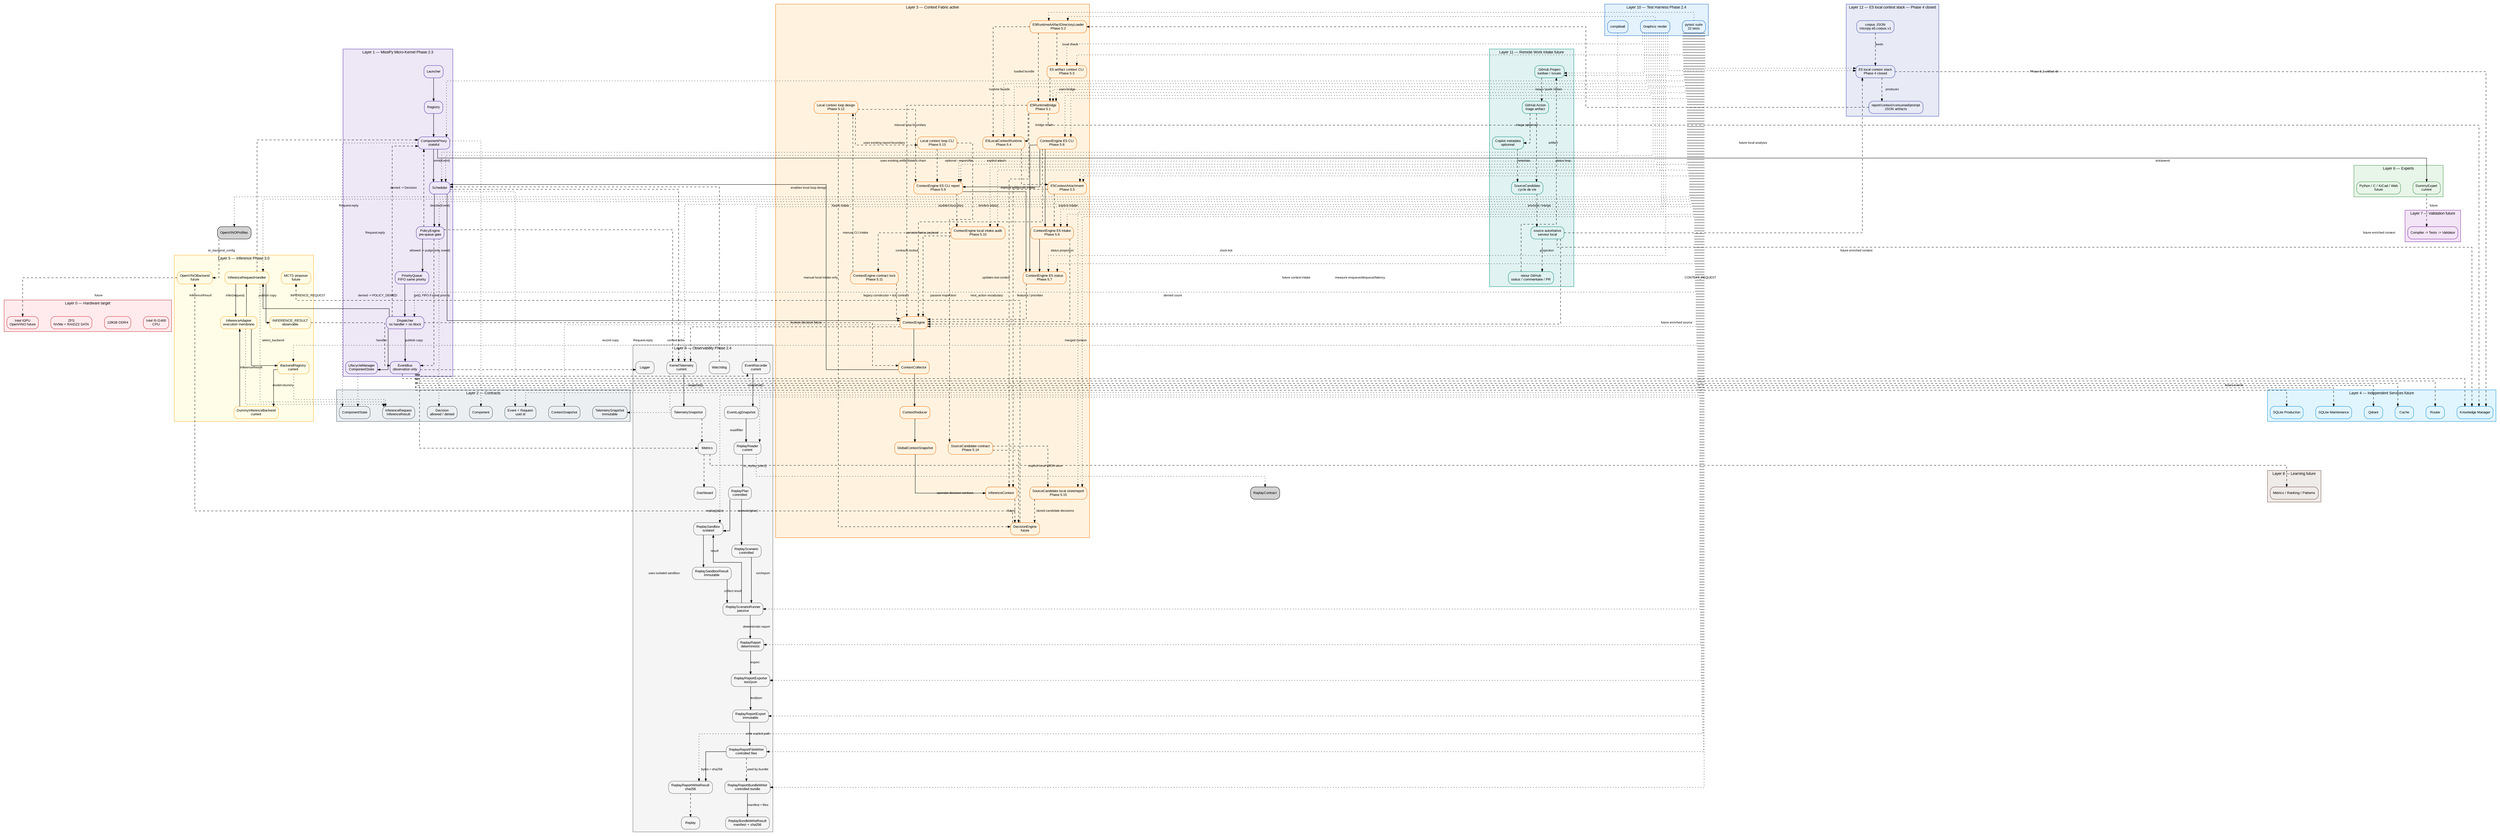
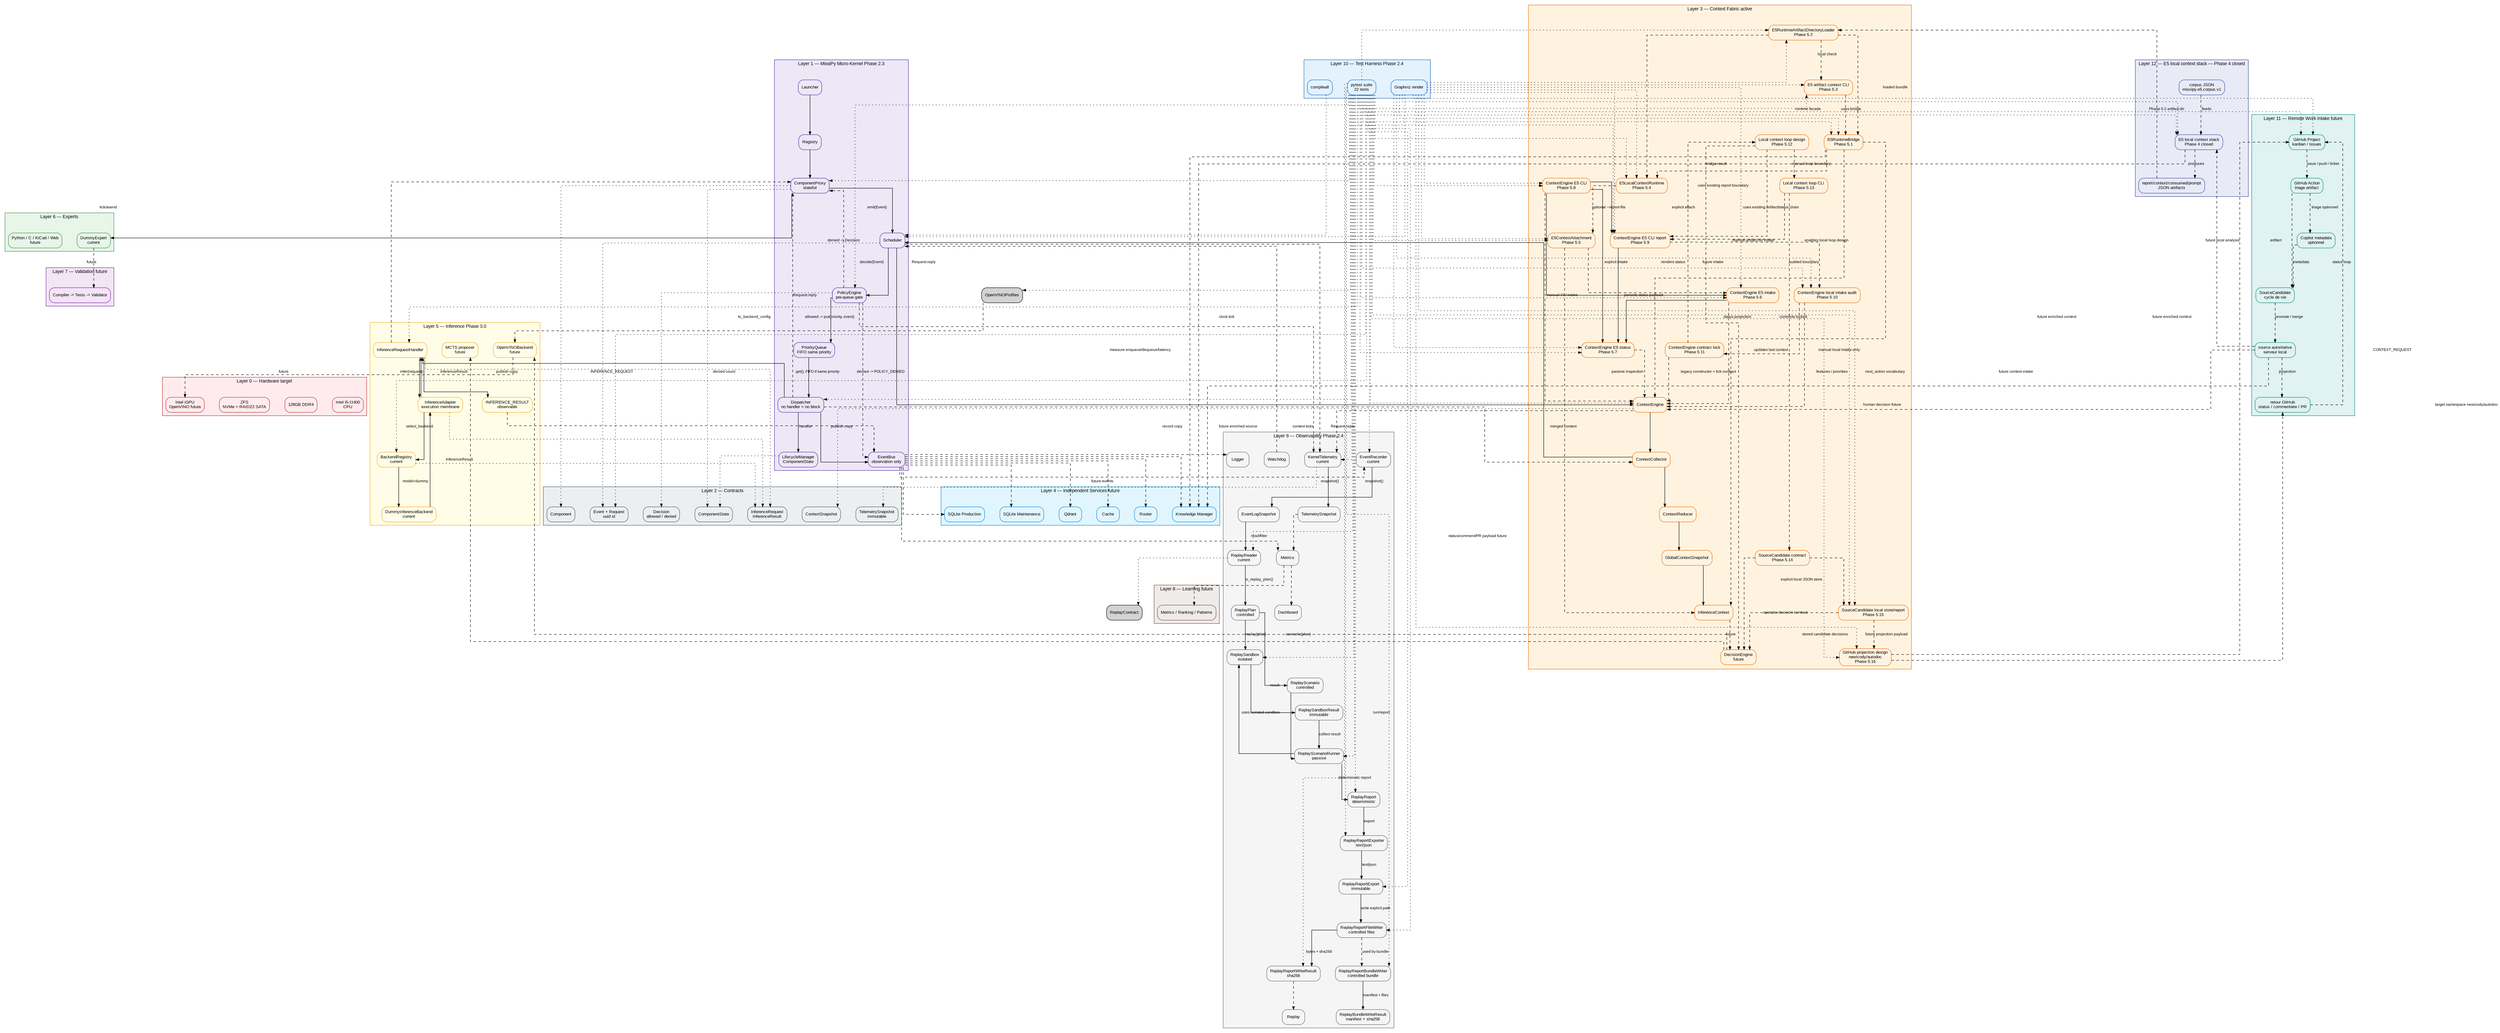
digraph Global {
    // ROADMAP_ID: global

    rankdir=TB;

    // ROADMAP_NOTE[phase2_5]:
    // BackendRegistry est ajouté au layer inference pour préparer
    // l’enregistrement explicite d’OpenVINO sans modifier le Scheduler.

    // ROADMAP_NOTE[phase3_0]:
    // OpenVINOModelProfileRegistry est ajouté pour décrire un ou plusieurs
    // modèles OpenVINO possibles avant de créer les backends exécutables.
    compound=true;
    splines=ortho;
    nodesep=0.5;
    ranksep=0.8;

    graph [fontname="Arial", fontsize=11];
    node [shape=box, style="rounded,filled", fontname="Arial", fontsize=10];
    edge [fontname="Arial", fontsize=9, arrowsize=0.7];

    // ROADMAP_NOTE[phase2_4]:
// ReplayReportBundleWriter ajoute un dossier de replay contrôlé :
// report.txt, report.json et manifest.json avec sha256. La roadmap DOT
// est aussi vérifiée par tests/docs/test_dot_links.py afin que les liens
// descente/remontée pointent vers des sources DOT existantes.
    // Le Layer 9 ajoute ReplayReportFileWriter après ReplayReportExport.
    // Cette étape persiste les exports texte/JSON vers chemins explicites.
    // Aucun répertoire n'est créé ni aucun fichier écrasé sans demande explicite.
    // Le writer reste passif et ne commande jamais le Scheduler vivant.


    // ROADMAP_NOTE[phase4_18_r2]:
    // GitHub Project Orchestrator est visible dans l'architecture globale.
    // Cette couche reste future et documentaire : pas d'API GitHub, pas de token,
    // pas de polling réseau et pas de dépendance Copilot dans le coeur.

    // ROADMAP_NOTE[phase4_19]:
    // La Phase 4 se clôt par un audit du moteur local E5 : corpus, recherche,
    // diagnostics, gates, rapports, contexte, consommation et prompt packet.
    // Le stack E5 reste hors Scheduler, hors Qdrant et hors backend de réponse.

    // ROADMAP_NOTE[phase4_20]:
    // Phase 4 clôturée : le moteur local E5 produit des artefacts déterministes
    // de recherche, contexte consommé et prompt packet. La Phase 5 peut brancher
    // ce socle au serveur local ou au Context Engine sans changer ces frontières.

    // ROADMAP_NOTE[phase5_2]:
    // E5RuntimeArtifactDirectoryLoader ajoute la bordure IO locale pour lire un
    // artifact-dir Phase 4 et réutiliser le pont pur E5RuntimeBridge. Aucun daemon,
    // réseau, Scheduler vivant, Qdrant ou LLM n'est introduit.


    // ROADMAP_NOTE[phase5_4]:
    // E5LocalContextRuntime ajoute une façade runtime locale stable au-dessus
    // du loader 5.2 et du bridge 5.1. Elle retourne un statut typé et un
    // InferenceContext sans CLI, daemon, réseau, Scheduler vivant, Qdrant ou LLM.

    // ROADMAP_NOTE[phase5_5]:
    // E5ContextAttachment fusionne explicitement un résultat runtime E5 local
    // avec un InferenceContext existant. Cette étape prépare l'intake futur du
    // ContextEngine sans lancer Scheduler, daemon, réseau, Qdrant ou LLM.

    // ROADMAP_NOTE[phase5_6]:
    // ContextEngine reçoit une entrée E5 explicite : artifact-dir ou runtime result
    // -> attachement -> last_inference_context. Aucun autoload, aucun Scheduler
    // vivant, aucun daemon, réseau, Qdrant ou LLM n'est introduit.

    // ROADMAP_NOTE[phase5_7]:
    // E5ContextEngineStatus ajoute une projection passive et sérialisable
    // de l'état E5 attaché au ContextEngine. Elle ne lit aucun fichier,
    // ne mute aucun contexte et ne déclenche aucun Scheduler/backend.

    // ROADMAP_NOTE[phase5_8]:
    // E5ContextEngineCLI ajoute une bordure manuelle : artifact-dir ->
    // ContextEngine.attach_e5_artifact_dir() -> E5ContextEngineStatus. Elle
    // ne lance aucun Scheduler vivant, daemon, réseau, Qdrant ou LLM.


    // ROADMAP_NOTE[phase5_10]:
    // Phase 5.10 audite le bloc d'intake manuel local : artifact-dir Phase 4,
    // ContextEngine E5 CLI, report JSON et projection status. Elle ne modifie
    // pas le runtime et prépare seulement la bascule future vers serveur/local loop.

    // ROADMAP_NOTE[phase5_9]:
    // E5ContextEngineCLIReport ajoute --report-file à la bordure CLI 5.8.
    // La commande existante peut persister son payload intake + status en JSON
    // atomique sans nouvelle surface CLI, Scheduler vivant, réseau, Qdrant ou LLM.




+ 
+ 
+     // ROADMAP_NOTE[phase5_16]:
+     // GitHubProjectionDesign formalise la projection future entre le store
+     // local SourceCandidate et newicody/autodoc. Cette étape reste documentaire :
+     // aucun token, réseau, polling, GitHub API, serveur, Qdrant ou LLM.

    // ROADMAP_NOTE[phase5_15]:
    // SourceCandidateStorageReport ajoute un store JSON local explicite pour
    // SourceCandidate : load, upsert atomique, snapshot et rapport optionnel.
    // La valeur newicody/autodoc reste une projection future sans API GitHub,
    // réseau, token, daemon, Qdrant, LLM ou base de données.

    // ROADMAP_NOTE[phase5_14]:
    // SourceCandidateContract ajoute le contrat local d'une entrée candidate :
    // origin/input/policy/status/decision/transition immuable. La valeur
    // newicody/autodoc prépare la projection GitHub future sans API, réseau ou token.

    // ROADMAP_NOTE[phase5_13]:
    // LocalContextLoopCLI ajoute une orchestration manuelle mince : artifact-dir
    // Phase 4 -> ContextEngine intake -> status -> report + next_action opérateur.
    // Elle ne relance pas E5/OpenVINO, ne mute aucune décision et n'ajoute aucun
    // daemon, serveur, réseau, Qdrant, LLM ou stockage persistant.

    // ROADMAP_NOTE[phase5_12]:
    // LocalContextLoopDesign formalise la boucle locale manuelle : artifact-dir
    // Phase 4 -> runtime local -> intake explicite ContextEngine -> status/report
    // -> décision humaine. Aucun serveur, daemon, réseau, stockage persistant,
    // Qdrant, LLM ou appel OpenVINO caché n'est introduit.

    // ROADMAP_NOTE[phase5_3]:
    // E5 artifact context CLI ajoute une bordure de vérification locale pour
    // afficher l'InferenceContext construit depuis un artifact-dir, sans daemon,
    // réseau, Scheduler vivant, Qdrant ou LLM.

    subgraph cluster_L0 {
        label="Layer 0 — Hardware target";
        color="#c62828";
        bgcolor="#ffebee";
        node [fillcolor="#ffebee", color="#c62828"];
        CPU [label="Intel i5-11400\nCPU"];
        RAM [label="128GB DDR4"];
        Storage [label="ZFS\nNVMe + RAIDZ2 SATA"];
        GPU [label="Intel iGPU\nOpenVINO future"];
    }

    subgraph cluster_L1 {
        label="Layer 1 — MissiPy Micro-Kernel Phase 2.3";
        color="#512da8";
        bgcolor="#ede7f6";
        node [fillcolor="#ede7f6", color="#512da8"];
        Launcher [URL="scheduler/10_scheduler.svg", tooltip="Zoom Scheduler"];
        Registry [URL="scheduler/10_scheduler.svg", tooltip="Registry"];
        Proxy [label="ComponentProxy\nstateful", URL="scheduler/component_proxy/14_component_proxy.svg", tooltip="Runtime proxy"];
        Scheduler [URL="scheduler/10_scheduler.svg", tooltip="Zoom Scheduler"];
        Policy [label="PolicyEngine\npre-queue gate", URL="scheduler/10_scheduler.svg"];
        Queue [label="PriorityQueue\nFIFO same priority", URL="scheduler/priority_queue/13_priority_queue.svg"];
        Dispatcher [label="Dispatcher\nno handler = no block", URL="scheduler/dispatcher/11_dispatcher.svg"];
        EventBus [label="EventBus\nobservation only", URL="scheduler/event_bus/12_event_bus.svg"];
        Lifecycle [label="LifecycleManager\nComponentState", URL="scheduler/10_scheduler.svg"];
    }

    subgraph cluster_L2 {
        label="Layer 2 — Contracts";
        color="#455a64";
        bgcolor="#eceff1";
        node [fillcolor="#eceff1", color="#455a64"];
        EventContract [label="Event + Request\nuuid id"];
        LifecycleContract [label="ComponentState"];
        ComponentContract [label="Component"];
        ContextContract [label="ContextSnapshot"];
        InferenceContract [label="InferenceRequest\nInferenceResult"];
        PolicyContract [label="Decision\nallowed / denied"];
        TelemetryContract [label="TelemetrySnapshot\nimmutable"];
    }

    subgraph cluster_L3 {
        label="Layer 3 — Context Fabric active";
        color="#ef6c00";
        bgcolor="#fff3e0";
        node [fillcolor="#fff3e0", color="#ef6c00"];
        ContextEngine [label="ContextEngine", URL="context/20_context.svg"];
        Collector [label="ContextCollector", URL="context/20_context.svg"];
        Reducer [label="ContextReducer", URL="context/20_context.svg"];
        Snapshot [label="GlobalContextSnapshot", URL="context/20_context.svg"];
        InferenceCtx [label="InferenceContext", URL="context/20_context.svg"];
        E5RuntimeBridge [label="E5RuntimeBridge\nPhase 5.1", URL="context/25_e5_runtime_bridge.svg"];
        E5ArtifactLoader [label="E5RuntimeArtifactDirectoryLoader\nPhase 5.2", URL="context/26_e5_artifact_directory_loader.svg"];
        E5ArtifactContextCLI [label="E5 artifact context CLI\nPhase 5.3", URL="context/27_e5_artifact_context_cli.svg"];
        E5LocalRuntime [label="E5LocalContextRuntime\nPhase 5.4", URL="context/28_e5_local_context_runtime.svg"];
        E5ContextAttachment [label="E5ContextAttachment\nPhase 5.5", URL="context/29_e5_context_attachment.svg"];
        E5ContextEngineIntake [label="ContextEngine E5 intake\nPhase 5.6", URL="context/30_e5_context_engine_intake.svg"];
        E5ContextEngineStatus [label="ContextEngine E5 status\nPhase 5.7", URL="context/31_e5_context_engine_status.svg"];
        E5ContextEngineCLI [label="ContextEngine E5 CLI\nPhase 5.8", URL="context/32_e5_context_engine_cli.svg"];
        E5ContextEngineCLIReport [label="ContextEngine E5 CLI report\nPhase 5.9", URL="context/33_e5_context_engine_cli_report.svg"];
        E5ContextEngineIntakeAudit [label="ContextEngine local intake audit\nPhase 5.10", URL="context/34_e5_context_engine_intake_audit.svg"];
        ContextEngineContractLock [label="ContextEngine contract lock\nPhase 5.11", URL="context/35_context_engine_contract_lock.svg"];
        LocalContextLoopDesign [label="Local context loop design\nPhase 5.12", URL="context/36_local_context_loop_design.svg"];
        LocalContextLoopCLI [label="Local context loop CLI\nPhase 5.13", URL="context/37_local_context_loop_cli.svg"];
        SourceCandidateContract [label="SourceCandidate contract\nPhase 5.14", URL="context/38_source_candidate_contract.svg"];
        SourceCandidateStore [label="SourceCandidate local store/report\nPhase 5.15", URL="context/39_source_candidate_storage_report.svg"];
+         GitHubProjectionDesign [label="GitHub projection design\nnewicody/autodoc\nPhase 5.16", URL="context/40_github_projection_design.svg"];
        Decision [label="DecisionEngine\nfuture", URL="context/20_context.svg"];
    }

    E5ContextEngineIntake -> E5ContextEngineStatus [label="status projection"];
    E5ContextEngineCLI -> E5ContextEngineIntake [label="manual artifact-dir intake"];
    E5ContextEngineCLI -> E5ContextEngineStatus [label="renders status"];
    E5ContextEngineCLI -> E5ContextEngineCLIReport [label="optional --report-file"];
    E5ContextEngineCLIReport -> E5ContextEngineStatus [label="persists status payload"];
    E5ContextEngineCLIReport -> E5ContextEngineIntakeAudit [style=dashed, label="audited boundary"];
    E5ContextEngineIntakeAudit -> ContextEngineContractLock [style=dashed, label="contracts locked"];
    ContextEngineContractLock -> ContextEngine [style=dashed, label="legacy constructor + tick contract"];
    E5ContextEngineIntakeAudit -> ContextEngine [style=dashed, label="manual local intake only"];
    ContextEngineContractLock -> LocalContextLoopDesign [style=dashed, label="enables local loop design"];
    LocalContextLoopDesign -> E5ContextEngineCLIReport [style=dashed, label="uses existing report boundary"];
    LocalContextLoopDesign -> LocalContextLoopCLI [style=dashed, label="manual loop boundary"];
    LocalContextLoopCLI -> E5ContextEngineCLIReport [style=dashed, label="uses existing artifact/status chain"];
    LocalContextLoopCLI -> SourceCandidateContract [style=dashed, label="next_action vocabulary"];
    SourceCandidateContract -> SourceCandidateStore [style=dashed, label="explicit local JSON store"];
    SourceCandidateStore -> Decision [style=dashed, label="stored candidate decisions"];
+     SourceCandidateStore -> GitHubProjectionDesign [style=dashed, label="future projection payload"];
    SourceCandidateContract -> Decision [style=dashed, label="operator decision contract"];
    LocalContextLoopDesign -> Decision [style=dashed, label="human decision future"];

    subgraph cluster_L4 {
        label="Layer 4 — Independent Services future";
        color="#0288d1";
        bgcolor="#e1f5fe";
        node [fillcolor="#e1f5fe", color="#0288d1"];
        Router [URL="services/30_services.svg"];
        SQLiteProd [label="SQLite Production", URL="services/30_services.svg"];
        SQLiteMaint [label="SQLite Maintenance", URL="services/30_services.svg"];
        Qdrant [URL="services/30_services.svg"];
        Cache [URL="services/30_services.svg"];
        Knowledge [label="Knowledge Manager", URL="services/30_services.svg"];
    }

    subgraph cluster_L5 {
        label="Layer 5 — Inference Phase 3.0";
        color="#f9a825";
        bgcolor="#fffde7";
        node [fillcolor="#fffde7", color="#f9a825"];
        InferenceHandler [label="InferenceRequestHandler", URL="inference/40_inference.svg"];
        InferenceAdapter [label="InferenceAdapter\nexecution membrane", URL="inference/40_inference.svg"];
        BackendRegistry [label="BackendRegistry\ncurrent", URL="inference/40_inference.svg"];
        DummyBackend [label="DummyInferenceBackend\ncurrent", URL="inference/40_inference.svg"];
        InferenceResult [label="INFERENCE_RESULT\nobservable", URL="inference/40_inference.svg"];
        OpenVINO [label="OpenVINOBackend\nfuture", URL="inference/40_inference.svg"];
        MCTS [label="MCTS proposer\nfuture"];
    }

    subgraph cluster_L6 {
        label="Layer 6 — Experts";
        color="#388e3c";
        bgcolor="#e8f5e9";
        node [fillcolor="#e8f5e9", color="#388e3c"];
        Dummy [label="DummyExpert\ncurrent", URL="experts/40_experts.svg"];
        ExpertsFuture [label="Python / C / KiCad / Web\nfuture", URL="experts/40_experts.svg"];
    }

    subgraph cluster_L7 {
        label="Layer 7 — Validation future";
        color="#7b1fa2";
        bgcolor="#f3e5f5";
        node [fillcolor="#f3e5f5", color="#7b1fa2"];
        Validation [label="Compiler -> Tests -> Validator", URL="validation/50_validation.svg"];
    }

    subgraph cluster_L8 {
        label="Layer 8 — Learning future";
        color="#6d4c41";
        bgcolor="#efebe9";
        node [fillcolor="#efebe9", color="#6d4c41"];
        Learning [label="Metrics / Ranking / Patterns", URL="learning/60_learning.svg"];
    }

    subgraph cluster_L9 {
        label="Layer 9 — Observability Phase 2.4";
        color="#666666";
        bgcolor="#f5f5f5";
        node [fillcolor="#f5f5f5", color="#666666"];
        Logger [URL="observability/70_observability.svg"];
        KernelTelemetry [label="KernelTelemetry
current", URL="observability/70_observability.svg"];
        TelemetrySnapshot [label="TelemetrySnapshot", URL="observability/70_observability.svg"];
        EventRecorder [label="EventRecorder
current", URL="observability/70_observability.svg"];
        EventLogSnapshot [label="EventLogSnapshot", URL="observability/70_observability.svg"];
        ReplayReader [label="ReplayReader
current", URL="observability/70_observability.svg"];
        ReplayPlan [label="ReplayPlan
controlled", URL="observability/70_observability.svg"];
        ReplaySandbox [label="ReplaySandbox
isolated", URL="observability/70_observability.svg"];
        ReplaySandboxResult [label="ReplaySandboxResult
immutable", URL="observability/70_observability.svg"];
        ReplayScenario [label="ReplayScenario
controlled", URL="observability/70_observability.svg"];
        ReplayScenarioRunner [label="ReplayScenarioRunner
passive", URL="observability/70_observability.svg"];
        ReplayReport [label="ReplayReport
deterministic", URL="observability/70_observability.svg"];
        ReplayReportExporter [label="ReplayReportExporter
text/json", URL="observability/70_observability.svg"];
        ReplayReportExport [label="ReplayReportExport
immutable", URL="observability/70_observability.svg"];
        ReplayReportFileWriter [label="ReplayReportFileWriter
controlled files", URL="observability/70_observability.svg"];
        ReplayReportWriteResult [label="ReplayReportWriteResult
sha256", URL="observability/70_observability.svg"];
        ReplayReportBundleWriter [label="ReplayReportBundleWriter
controlled bundle", URL="observability/70_observability.svg"];
        ReplayBundleWriteResult [label="ReplayBundleWriteResult
manifest + sha256", URL="observability/70_observability.svg"];
        Metrics [URL="observability/70_observability.svg"];
        Replay [URL="observability/70_observability.svg"];
        Dashboard [URL="observability/70_observability.svg"];
        Watchdog [URL="observability/70_observability.svg"];
    }

    subgraph cluster_L10 {
        label="Layer 10 — Test Harness Phase 2.4";
        color="#1565c0";
        bgcolor="#e3f2fd";
        node [fillcolor="#e3f2fd", color="#1565c0"];
        Pytest [label="pytest suite\n22 tests", URL="tests/80_tests.svg"];
        CompileAll [label="compileall"];
        DotRender [label="Graphviz render"];
    }



    subgraph cluster_L11 {
        label="Layer 11 — Remote Work Intake future";
        color="#00897b";
        bgcolor="#e0f2f1";
        node [fillcolor="#e0f2f1", color="#00897b"];
        GitHubProject [label="GitHub Project
kanban / issues", URL="integrations/90_github_project_orchestrator.svg"];
        GitHubAction [label="GitHub Action
triage artifact", URL="integrations/90_github_project_orchestrator.svg"];
        CopilotMetadata [label="Copilot metadata
optionnel", URL="integrations/90_github_project_orchestrator.svg"];
        SourceCandidate [label="SourceCandidate
cycle de vie", URL="integrations/91_source_candidate_lifecycle.svg"];
        LocalAuthority [label="source autoritative
serveur local", URL="integrations/91_source_candidate_lifecycle.svg"];
        GitHubFeedback [label="retour GitHub
status / commentaire / PR", URL="integrations/90_github_project_orchestrator.svg"];
    }

    subgraph cluster_L12 {
        label="Layer 12 — E5 local context stack — Phase 4 closed";
        color="#3949ab";
        bgcolor="#e8eaf6";
        node [fillcolor="#e8eaf6", color="#3949ab"];
        E5LocalStack [label="E5 local context stack
Phase 4 closed", URL="inference/74_e5_phase4_closure.svg"];
        E5Corpus [label="corpus JSON
missipy.e5.corpus.v1", URL="inference/73_e5_phase4_final_audit.svg"];
        E5Reports [label="report/context/consumed/prompt
JSON artifacts", URL="inference/74_e5_phase4_closure.svg"];
    }

    Launcher -> Registry;
    Registry -> Proxy;
    Proxy -> Scheduler [label="emit(Event)"];
    Scheduler -> Policy [label="decide(Event)"];
    Policy -> Queue [label="allowed -> put(priority, event)"];
    Policy -> EventBus [label="denied -> POLICY_DENIED", style=dashed];
    Policy -> Proxy [label="denied -> Decision", style=dashed];
    Queue -> Dispatcher [label="get(), FIFO if same priority"];
    Dispatcher -> Lifecycle [label="handler"];
    Dispatcher -> EventBus [label="publish copy"];
    Dispatcher -> Proxy [label="Request.reply", style=dashed];

    Lifecycle -> LifecycleContract [style=dotted];
    Proxy -> LifecycleContract [style=dotted];

    Scheduler -> ContextEngine [label="clock tick"];
    ContextEngine -> Collector;
    Collector -> Scheduler [label="CONTEXT_REQUEST"];
    Dispatcher -> Collector [label="Request.reply", style=dashed];
    Collector -> Reducer;
    Reducer -> Snapshot;
    Snapshot -> InferenceCtx;
    InferenceCtx -> Decision [style=dashed, label="future"];

    Scheduler -> EventContract [style=dotted];
    Policy -> PolicyContract [style=dotted];
    KernelTelemetry -> TelemetryContract [style=dotted];
    Proxy -> ComponentContract [style=dotted];
    ContextEngine -> ContextContract [style=dotted];
    InferenceHandler -> InferenceContract [style=dotted];
    ReplayReader -> ReplayContract [style=dotted];
    InferenceAdapter -> InferenceContract [style=dotted];
    BackendRegistry -> InferenceContract [style=dotted];

    Proxy -> Dummy [label="tick/asend"];

    Dispatcher -> InferenceHandler [label="INFERENCE_REQUEST"];
    InferenceHandler -> InferenceAdapter [label="infer(request)"];
    InferenceAdapter -> BackendRegistry [label="select_backend"];
    BackendRegistry -> DummyBackend [label="model=dummy"];
    DummyBackend -> InferenceAdapter [label="InferenceResult"];
    InferenceAdapter -> InferenceHandler [label="InferenceResult"];
    InferenceHandler -> InferenceResult [label="publish copy"];
    InferenceHandler -> Proxy [label="Request.reply", style=dashed];
    InferenceResult -> EventBus [style=dashed];
    OpenVINOProfiles -> OpenVINO [style=dashed, label="to_backend_config"];
    OpenVINO -> GPU [style=dashed, label="future"];
    E5Corpus -> E5LocalStack [style=dashed, label="feeds"];
    E5LocalStack -> E5Reports [style=dashed, label="produces"];
    E5Reports -> E5ArtifactLoader [style=dashed, label="Phase 5.2 artifact-dir"];
    E5ArtifactLoader -> E5RuntimeBridge [style=dashed, label="loaded bundle"];
    E5ArtifactLoader -> E5ArtifactContextCLI [style=dashed, label="local check"];
    E5ArtifactContextCLI -> E5RuntimeBridge [style=dashed, label="uses bridge"];
    E5ArtifactLoader -> E5LocalRuntime [style=dashed, label="runtime facade"];
    E5RuntimeBridge -> E5LocalRuntime [style=dashed, label="bridge result"];
    E5LocalRuntime -> E5ContextAttachment [style=dashed, label="explicit attach"];
    E5ContextAttachment -> InferenceCtx [style=dashed, label="merged context"];
    E5RuntimeBridge -> InferenceCtx [style=dashed, label="features / priorities"];
    E5ContextAttachment -> E5ContextEngineIntake [style=dashed, label="explicit intake"];
    E5ContextEngineIntake -> ContextEngine [style=dashed, label="updates last context"];
    E5ContextEngineStatus -> ContextEngine [style=dashed, label="passive inspection"];
    E5ContextEngineCLI -> ContextEngine [style=dashed, label="manual CLI intake"];
    E5RuntimeBridge -> ContextEngine [style=dashed, label="future intake"];
    E5RuntimeBridge -> Knowledge [style=dashed, label="future enriched context"];
    E5LocalStack -> Knowledge [style=dashed, label="future enriched context"];

    Scheduler -> KernelTelemetry [style=dashed, label="measure enqueue/dequeue/latency"];
    Policy -> KernelTelemetry [style=dashed, label="denied count"];
    ContextEngine -> KernelTelemetry [style=dashed, label="context ticks"];
    KernelTelemetry -> TelemetrySnapshot [label="snapshot()"];
    TelemetrySnapshot -> Metrics [style=dashed];

    EventBus -> Logger [style=dashed];
    EventBus -> Metrics [style=dashed];
    EventBus -> EventRecorder [style=dashed, label="record copy"];
    EventRecorder -> EventLogSnapshot [label="snapshot()"];
    EventLogSnapshot -> ReplayReader [label="read/filter"];
    ReplayReader -> ReplayPlan [label="to_replay_plan()"];
    ReplayPlan -> ReplaySandbox [label="replay(plan)"];
    ReplaySandbox -> ReplaySandboxResult [label="result"];
    ReplayPlan -> ReplayScenario [label="scenario(plan)"];
    ReplayScenario -> ReplayScenarioRunner [label="run/report"];
    ReplayScenarioRunner -> ReplaySandbox [label="uses isolated sandbox"];
    ReplaySandboxResult -> ReplayScenarioRunner [label="collect result"];
    ReplayScenarioRunner -> ReplayReport [label="deterministic report"];
    ReplayReport -> ReplayReportExporter [label="export"];
    ReplayReportExporter -> ReplayReportExport [label="text/json"];
    ReplayReportExport -> ReplayReportFileWriter [label="write explicit path"];
    ReplayReportFileWriter -> ReplayReportWriteResult [label="bytes + sha256"];
    ReplayReportFileWriter -> ReplayReportBundleWriter [style=dashed, label="used by bundle"];
    ReplayReportBundleWriter -> ReplayBundleWriteResult [label="manifest + files"];
    ReplayReportWriteResult -> Replay [style=dashed];
    Metrics -> Dashboard [style=dashed];
    Watchdog -> Scheduler [style=dashed];

    Pytest -> EventContract [style=dotted];
    Pytest -> Dispatcher [style=dotted];
    Pytest -> Proxy [style=dotted];
    Pytest -> ContextEngine [style=dotted];
    Pytest -> InferenceHandler [style=dotted];
    Pytest -> BackendRegistry [style=dotted];
    Pytest -> OpenVINOProfiles [style=dotted];
    Pytest -> Policy [style=dotted];
    Pytest -> KernelTelemetry [style=dotted];
    Pytest -> EventRecorder [style=dotted];
    Pytest -> ReplayReader [style=dotted];
    Pytest -> ReplaySandbox [style=dotted];
    Pytest -> ReplayScenarioRunner [style=dotted];
    Pytest -> ReplayReport [style=dotted];
    Pytest -> ReplayReportExporter [style=dotted];
    Pytest -> ReplayReportExport [style=dotted];
    Pytest -> ReplayReportFileWriter [style=dotted];
    Pytest -> ReplayReportBundleWriter [style=dotted];
    Pytest -> ReplayReportWriteResult [style=dotted];
    CompileAll -> Scheduler [style=dotted];
    DotRender -> Scheduler [style=dotted];

    EventBus -> Router [style=dashed, label="future events"];
    EventBus -> SQLiteProd [style=dashed];
    EventBus -> SQLiteMaint [style=dashed];
    EventBus -> Qdrant [style=dashed];
    EventBus -> Cache [style=dashed];
    EventBus -> Knowledge [style=dashed];
    Decision -> OpenVINO [style=dashed];
    Decision -> MCTS [style=dashed];
    Dummy -> Validation [style=dashed, label="future"];
    Metrics -> Learning [style=dashed];

    GitHubProject -> GitHubAction [style=dashed, label="issue / push / ticket"];
    GitHubAction -> CopilotMetadata [style=dashed, label="triage optionnel"];
    CopilotMetadata -> SourceCandidate [style=dashed, label="metadata"];
    GitHubAction -> SourceCandidate [style=dashed, label="artifact"];
    SourceCandidate -> LocalAuthority [style=dashed, label="promote / merge"];
    LocalAuthority -> E5LocalStack [style=dashed, label="future local analysis"];
    LocalAuthority -> ContextEngine [style=dashed, label="future context intake"];
    LocalAuthority -> Knowledge [style=dashed, label="future enriched source"];
    LocalAuthority -> GitHubFeedback [style=dashed, label="projection"];
+     GitHubProjectionDesign -> GitHubProject [style=dashed, label="target namespace newicody/autodoc"];
+     GitHubProjectionDesign -> GitHubFeedback [style=dashed, label="status/comment/PR payload future"];
    GitHubFeedback -> GitHubProject [style=dashed, label="status loop"];
    Pytest -> GitHubProject [style=dotted];
    Pytest -> E5LocalStack [style=dotted];
    Pytest -> E5RuntimeBridge [style=dotted];
    Pytest -> E5ArtifactLoader [style=dotted];
    Pytest -> E5ArtifactContextCLI [style=dotted];
    Pytest -> E5LocalRuntime [style=dotted];
    Pytest -> E5ContextAttachment [style=dotted];
    Pytest -> E5ContextEngineIntake [style=dotted];
    Pytest -> E5ContextEngineStatus [style=dotted];
    Pytest -> E5ContextEngineCLI [style=dotted];
    Pytest -> E5ContextEngineCLIReport [style=dotted];
    Pytest -> E5ContextEngineIntakeAudit [style=dotted];
    Pytest -> SourceCandidateStore [style=dotted];
+     Pytest -> GitHubProjectionDesign [style=dotted];
    DotRender -> GitHubProject [style=dotted];
    DotRender -> E5LocalStack [style=dotted];
    DotRender -> E5RuntimeBridge [style=dotted];
    DotRender -> E5ArtifactLoader [style=dotted];
    DotRender -> E5ArtifactContextCLI [style=dotted];
    DotRender -> E5LocalRuntime [style=dotted];
    DotRender -> E5ContextAttachment [style=dotted];
    DotRender -> E5ContextEngineIntake [style=dotted];
    DotRender -> E5ContextEngineStatus [style=dotted];
    DotRender -> E5ContextEngineCLI [style=dotted];
    DotRender -> E5ContextEngineCLIReport [style=dotted];
    DotRender -> E5ContextEngineIntakeAudit [style=dotted];
    DotRender -> SourceCandidateStore [style=dotted];
+     DotRender -> GitHubProjectionDesign [style=dotted];
}

